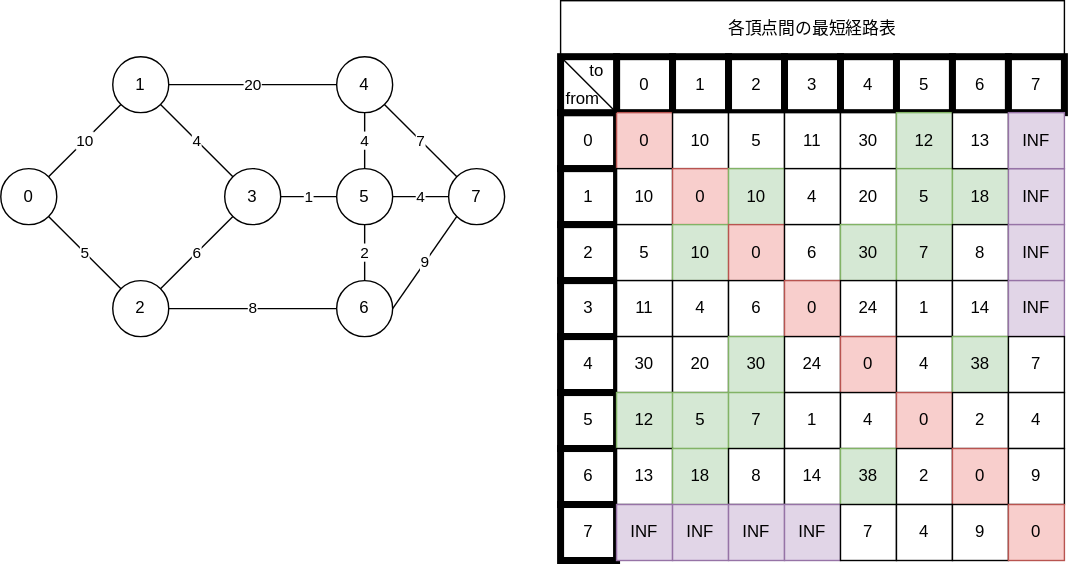
This is static/img/svg/Algorithm/warshall-floyd/warshall-floyd-7.drawio.svg from koseki2580/study-docs, a draw.io export, as it was before one commit. Source tidied: cells renumbered, new cells last; positions are measured from the earlier drawing's top-left corner, leaving out a move shared by most shapes.
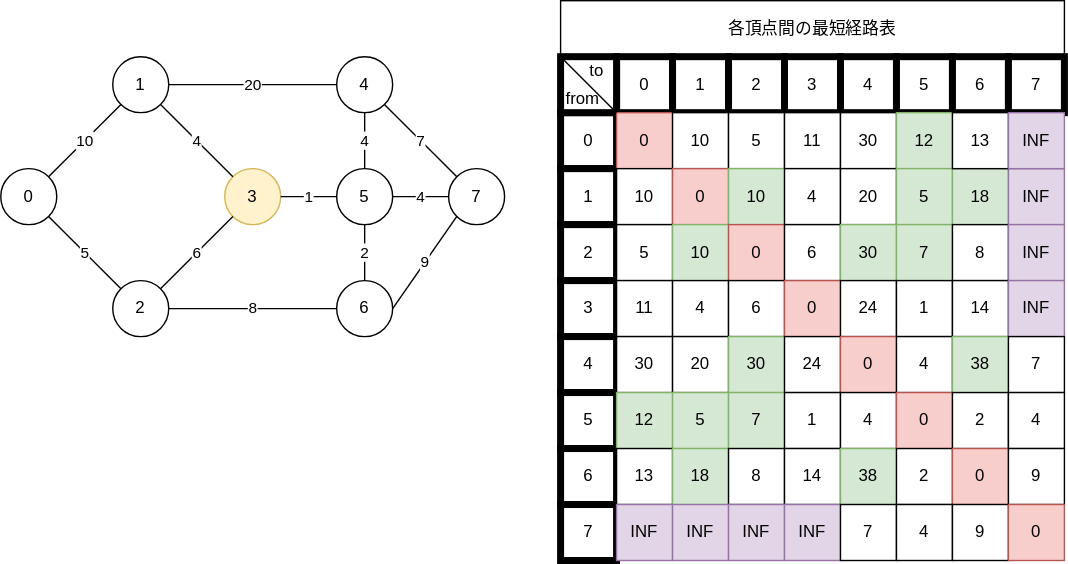
Above is the later version.

Diff of the diagram source:
```diff
@@ -11,7 +11,7 @@
     <mxCell id="4" value="2" style="ellipse;whiteSpace=wrap;html=1;" parent="1" vertex="1">
       <mxGeometry x="80" y="200" width="40" height="40" as="geometry" />
     </mxCell>
-    <mxCell id="5" value="3" style="ellipse;whiteSpace=wrap;html=1;" parent="1" vertex="1">
+    <mxCell id="5" value="3" style="ellipse;whiteSpace=wrap;html=1;fillColor=#fff2cc;strokeColor=#d6b656;" parent="1" vertex="1">
       <mxGeometry x="160" y="120" width="40" height="40" as="geometry" />
     </mxCell>
     <mxCell id="6" value="6" style="ellipse;whiteSpace=wrap;html=1;" parent="1" vertex="1">
```
